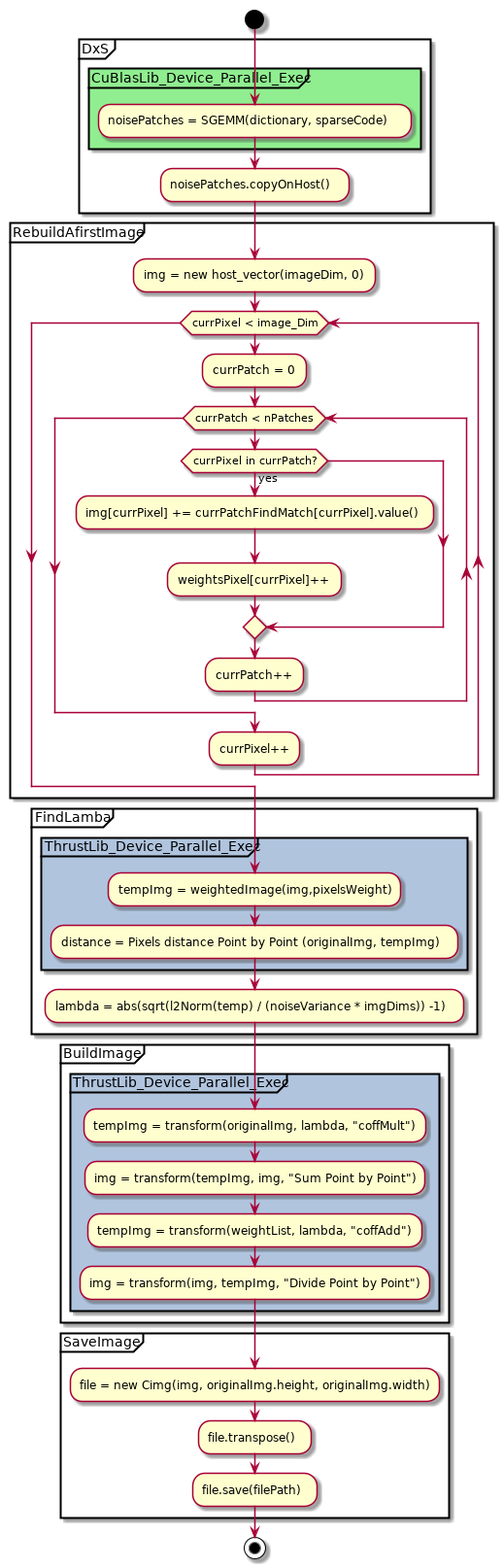
The PlantUML diagram uml/out/uml/src/BuildImageDenoisedDiagram.png in newfla/CUDA-K-SVD-Denoising, before a commit.
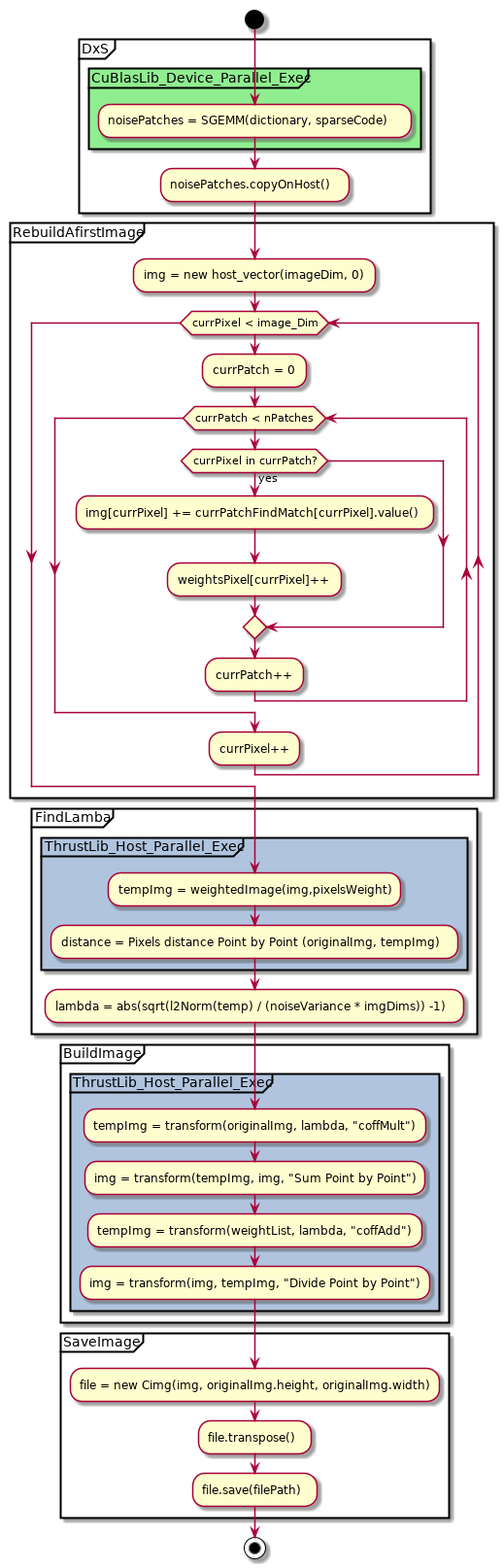
After the change.

Commit message:
activity-diagram updated

Diff of the diagram source:
```diff
@@ -26,7 +26,7 @@
 }
 
 partition FindLamba {
-    partition ThrustLib_Device_Parallel_Exec #LightSteelBlue{
+    partition ThrustLib_Host_Parallel_Exec #LightSteelBlue{
         :tempImg = weightedImage(img,pixelsWeight);
         :distance = Pixels distance Point by Point (originalImg, tempImg);
     }
@@ -35,7 +35,7 @@
 }
 
 partition BuildImage {
-    partition ThrustLib_Device_Parallel_Exec #LightSteelBlue{
+    partition ThrustLib_Host_Parallel_Exec #LightSteelBlue{
         :tempImg = transform(originalImg, lambda, "coffMult");
         :img = transform(tempImg, img, "Sum Point by Point");
         :tempImg = transform(weightList, lambda, "coffAdd");
```
